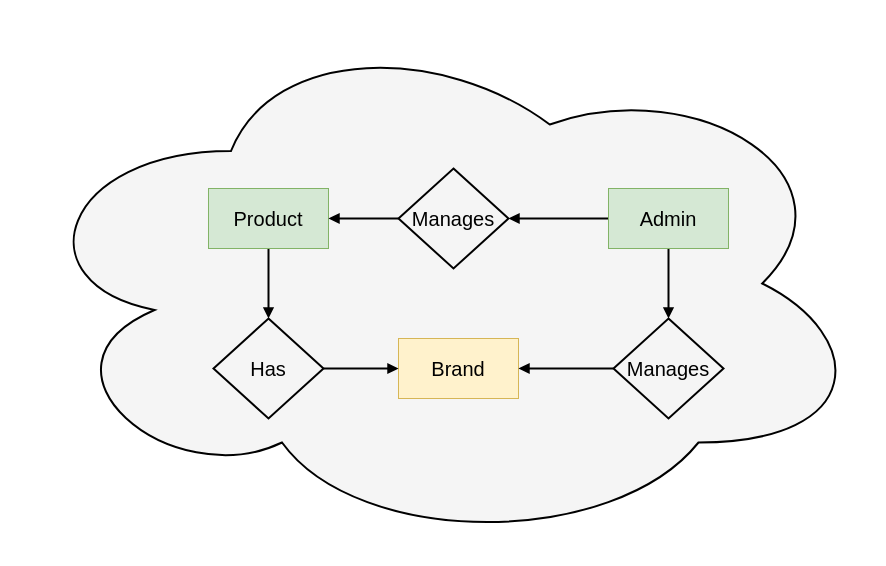
Before: docs/diagram/product_service_domain_model.drawio in dudhwalas/dudhwala, a draw.io diagram. Source tidied: cells renumbered, new cells numbered last; positions are measured from the earlier drawing's top-left corner, leaving out a move shared by most shapes. Both pictures are drawn from the tidied source at 100%, with x=0, y=0 at pixel (18, 18).
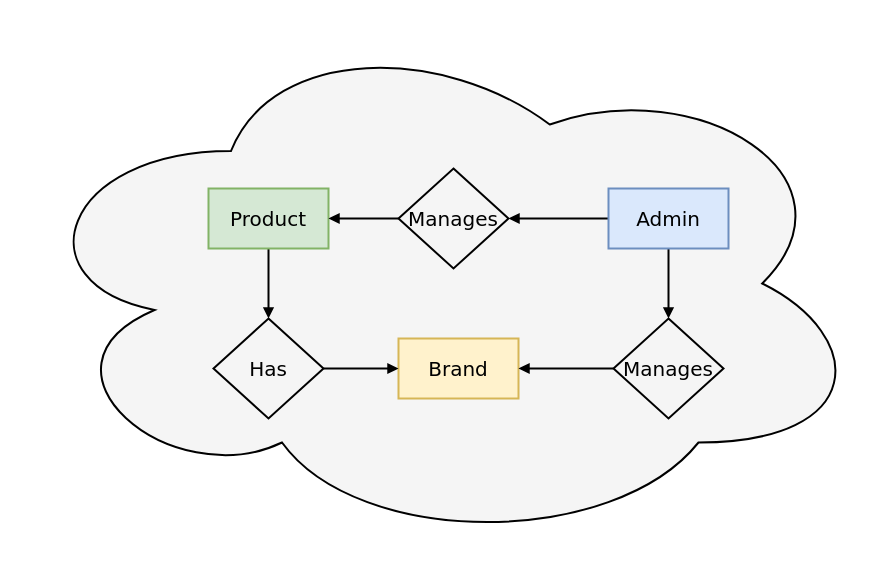
The same diagram, later.

Commit message (it also covers changes not shown here):
added product catalog service specs

What changed in the source:
```diff
@@
 <mxGraphModel>
   <root>
     <mxCell id="0" />
     <mxCell id="1" parent="0" />
-    <mxCell id="2" style="ellipse;shape=cloud;whiteSpace=wrap;html=1;fillColor=#f5f5f5;fontColor=#CC0066;strokeColor=#000000;strokeWidth=2;labelPosition=center;verticalLabelPosition=top;align=center;verticalAlign=bottom;fontSize=20;spacing=-32;labelBackgroundColor=none;" parent="1" vertex="1">
+    <mxCell id="2" style="ellipse;shape=cloud;whiteSpace=wrap;html=1;fillColor=#f5f5f5;fontColor=#CC0066;strokeColor=#000000;strokeWidth=2;labelPosition=center;verticalLabelPosition=top;align=center;verticalAlign=bottom;fontSize=20;spacing=-32;labelBackgroundColor=none;fontFamily=Verdana;" parent="1" vertex="1">
       <mxGeometry width="850" height="530" as="geometry" />
     </mxCell>
-    <mxCell id="3" style="edgeStyle=none;html=1;exitX=0.5;exitY=1;exitDx=0;exitDy=0;fontSize=20;strokeWidth=2;endArrow=block;endFill=1;" parent="1" edge="1" source="4" target="14">
+    <mxCell id="3" style="edgeStyle=none;html=1;exitX=0.5;exitY=1;exitDx=0;exitDy=0;fontSize=20;strokeWidth=2;endArrow=block;endFill=1;fontFamily=Verdana;" parent="1" edge="1" source="4" target="14">
       <mxGeometry relative="1" as="geometry" />
     </mxCell>
-    <mxCell id="4" value="Product" style="rounded=0;whiteSpace=wrap;html=1;labelBackgroundColor=none;labelBorderColor=none;spacing=0;fontSize=20;fillColor=#d5e8d4;strokeColor=#82b366;sketch=0;glass=0;" parent="1" vertex="1">
+    <mxCell id="4" value="Product" style="rounded=0;whiteSpace=wrap;html=1;labelBackgroundColor=none;labelBorderColor=none;spacing=0;fontSize=20;fillColor=#d5e8d4;strokeColor=#82b366;sketch=0;glass=0;fontFamily=Verdana;strokeWidth=2;" parent="1" vertex="1">
       <mxGeometry x="190" y="170" width="120" height="60" as="geometry" />
     </mxCell>
-    <mxCell id="5" value="Brand" style="rounded=0;whiteSpace=wrap;html=1;labelBackgroundColor=none;labelBorderColor=none;spacing=0;fontSize=20;fillColor=#fff2cc;strokeColor=#d6b656;sketch=0;glass=0;" parent="1" vertex="1">
+    <mxCell id="5" value="Brand" style="rounded=0;whiteSpace=wrap;html=1;labelBackgroundColor=none;labelBorderColor=none;spacing=0;fontSize=20;fillColor=#fff2cc;strokeColor=#d6b656;sketch=0;glass=0;fontFamily=Verdana;strokeWidth=2;" parent="1" vertex="1">
       <mxGeometry x="380" y="320" width="120" height="60" as="geometry" />
     </mxCell>
-    <mxCell id="6" style="edgeStyle=none;html=1;exitX=0;exitY=0.5;exitDx=0;exitDy=0;entryX=1;entryY=0.5;entryDx=0;entryDy=0;fontSize=20;strokeWidth=2;endArrow=block;endFill=1;" parent="1" edge="1" source="8" target="10">
+    <mxCell id="6" style="edgeStyle=none;html=1;exitX=0;exitY=0.5;exitDx=0;exitDy=0;entryX=1;entryY=0.5;entryDx=0;entryDy=0;fontSize=20;strokeWidth=2;endArrow=block;endFill=1;fontFamily=Verdana;" parent="1" edge="1" source="8" target="10">
       <mxGeometry relative="1" as="geometry" />
     </mxCell>
-    <mxCell id="7" style="edgeStyle=none;html=1;exitX=0.5;exitY=1;exitDx=0;exitDy=0;entryX=0.5;entryY=0;entryDx=0;entryDy=0;fontSize=20;strokeWidth=2;endArrow=block;endFill=1;" parent="1" edge="1" source="8" target="12">
+    <mxCell id="7" style="edgeStyle=none;html=1;exitX=0.5;exitY=1;exitDx=0;exitDy=0;entryX=0.5;entryY=0;entryDx=0;entryDy=0;fontSize=20;strokeWidth=2;endArrow=block;endFill=1;fontFamily=Verdana;" parent="1" edge="1" source="8" target="12">
       <mxGeometry relative="1" as="geometry" />
     </mxCell>
-    <mxCell id="8" value="Admin" style="rounded=0;whiteSpace=wrap;html=1;labelBackgroundColor=none;labelBorderColor=none;spacing=0;fontSize=20;fillColor=#d5e8d4;strokeColor=#82b366;sketch=0;glass=0;" parent="1" vertex="1">
+    <mxCell id="8" value="Admin" style="rounded=0;whiteSpace=wrap;html=1;labelBackgroundColor=none;labelBorderColor=none;spacing=0;fontSize=20;fillColor=#dae8fc;strokeColor=#6c8ebf;sketch=0;glass=0;fontFamily=Verdana;strokeWidth=2;" parent="1" vertex="1">
       <mxGeometry x="590" y="170" width="120" height="60" as="geometry" />
     </mxCell>
-    <mxCell id="9" style="edgeStyle=none;html=1;exitX=0;exitY=0.5;exitDx=0;exitDy=0;entryX=1;entryY=0.5;entryDx=0;entryDy=0;fontSize=20;strokeWidth=2;endArrow=block;endFill=1;" parent="1" edge="1" source="10" target="4">
+    <mxCell id="9" style="edgeStyle=none;html=1;exitX=0;exitY=0.5;exitDx=0;exitDy=0;entryX=1;entryY=0.5;entryDx=0;entryDy=0;fontSize=20;strokeWidth=2;endArrow=block;endFill=1;fontFamily=Verdana;" parent="1" edge="1" source="10" target="4">
       <mxGeometry relative="1" as="geometry" />
     </mxCell>
-    <mxCell id="10" value="Manages" style="rhombus;whiteSpace=wrap;html=1;fontSize=20;fillColor=none;strokeWidth=2;strokeColor=#000000;" parent="1" vertex="1">
+    <mxCell id="10" value="Manages" style="rhombus;whiteSpace=wrap;html=1;fontSize=20;fillColor=none;strokeWidth=2;strokeColor=#000000;fontFamily=Verdana;" parent="1" vertex="1">
       <mxGeometry x="380" y="150" width="110" height="100" as="geometry" />
     </mxCell>
-    <mxCell id="11" style="edgeStyle=none;html=1;exitX=0;exitY=0.5;exitDx=0;exitDy=0;fontSize=20;strokeWidth=2;endArrow=block;endFill=1;" parent="1" edge="1" source="12" target="5">
+    <mxCell id="11" style="edgeStyle=none;html=1;exitX=0;exitY=0.5;exitDx=0;exitDy=0;fontSize=20;strokeWidth=2;endArrow=block;endFill=1;fontFamily=Verdana;" parent="1" edge="1" source="12" target="5">
       <mxGeometry relative="1" as="geometry" />
     </mxCell>
-    <mxCell id="12" value="Manages" style="rhombus;whiteSpace=wrap;html=1;fontSize=20;fillColor=none;strokeWidth=2;strokeColor=#000000;" parent="1" vertex="1">
+    <mxCell id="12" value="Manages" style="rhombus;whiteSpace=wrap;html=1;fontSize=20;fillColor=none;strokeWidth=2;strokeColor=#000000;fontFamily=Verdana;" parent="1" vertex="1">
       <mxGeometry x="595" y="300" width="110" height="100" as="geometry" />
     </mxCell>
-    <mxCell id="13" style="edgeStyle=none;html=1;exitX=1;exitY=0.5;exitDx=0;exitDy=0;fontSize=20;strokeWidth=2;endArrow=block;endFill=1;" parent="1" edge="1" source="14" target="5">
+    <mxCell id="13" style="edgeStyle=none;html=1;exitX=1;exitY=0.5;exitDx=0;exitDy=0;fontSize=20;strokeWidth=2;endArrow=block;endFill=1;fontFamily=Verdana;" parent="1" edge="1" source="14" target="5">
       <mxGeometry relative="1" as="geometry" />
     </mxCell>
-    <mxCell id="14" value="Has" style="rhombus;whiteSpace=wrap;html=1;fontSize=20;fillColor=none;strokeWidth=2;strokeColor=#000000;" parent="1" vertex="1">
+    <mxCell id="14" value="Has" style="rhombus;whiteSpace=wrap;html=1;fontSize=20;fillColor=none;strokeWidth=2;strokeColor=#000000;fontFamily=Verdana;" parent="1" vertex="1">
       <mxGeometry x="195" y="300" width="110" height="100" as="geometry" />
     </mxCell>
   </root>
 </mxGraphModel>
```
